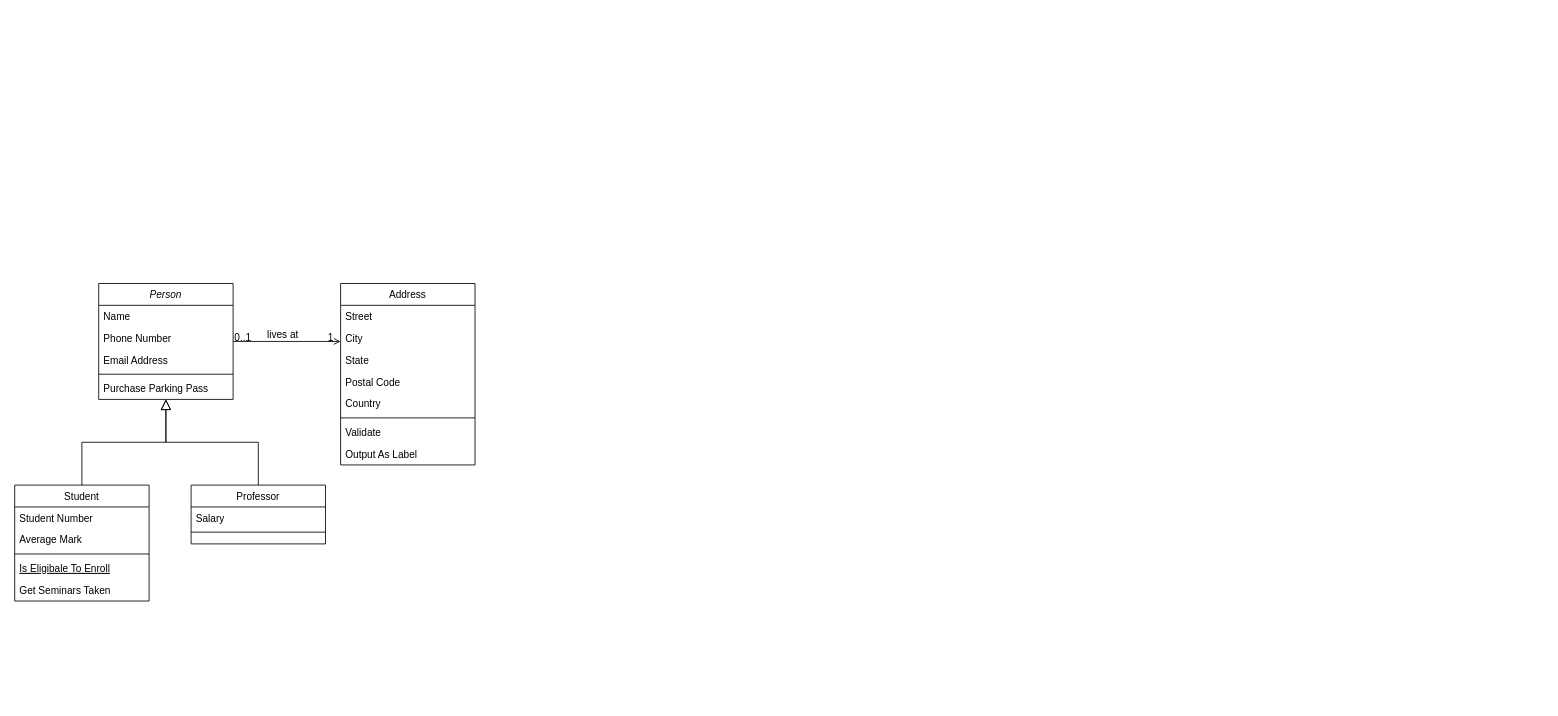
This is documentation/ClassDiagram.drawio from AumPatel2208/GOAP-Ecosystem-FPS, a draw.io file, before an edit. Source tidied: cells renumbered, new cells numbered last; positions are measured from the earlier drawing's top-left corner, leaving out a move shared by most shapes. Both pictures are drawn from the tidied source at 84%, with x=0, y=0 at pixel (14, 283).
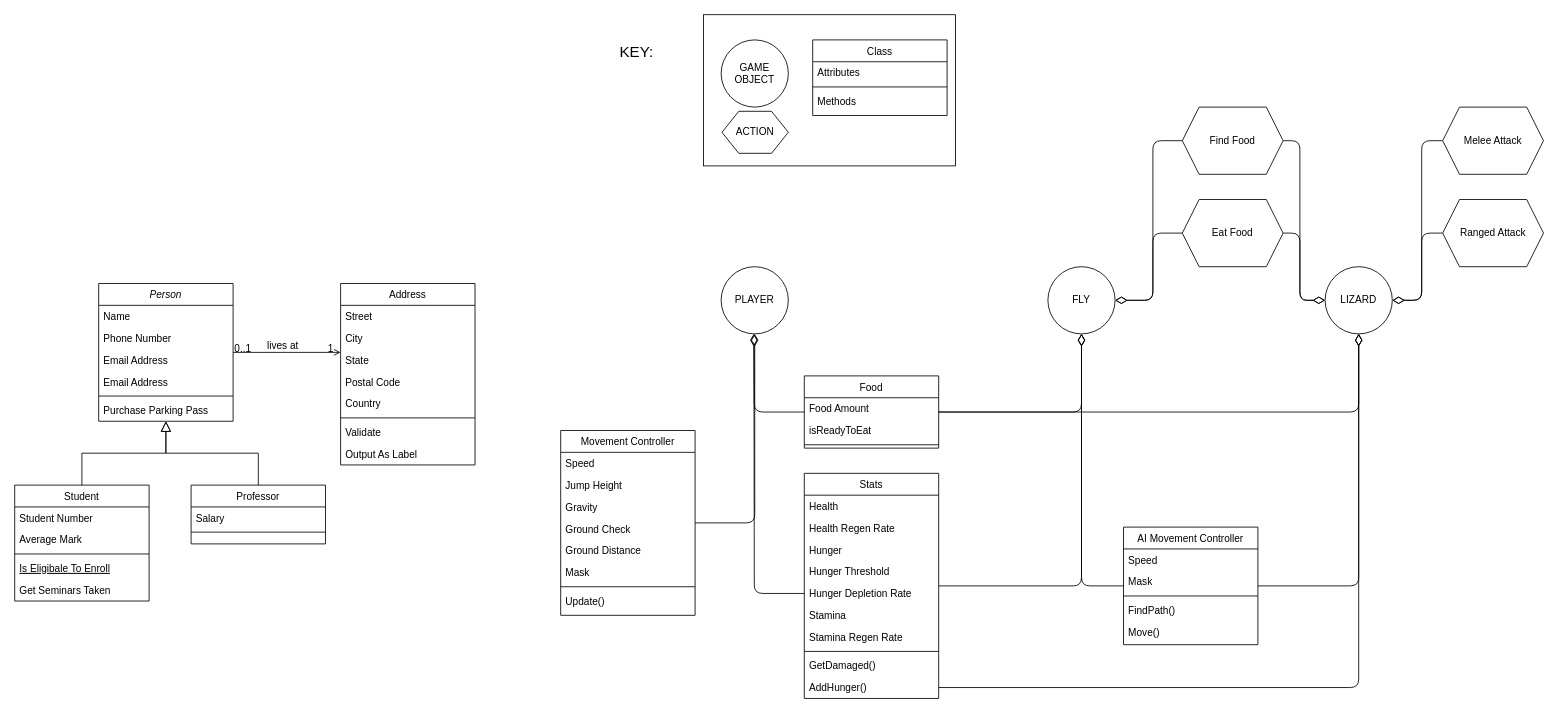
The same page after the edit.

The edit, as a diff of the source:
```diff
@@
+    <mxCell id="32" style="rounded=0;whiteSpace=wrap;html=1;fontSize=18;" parent="1" vertex="1">
+      <mxGeometry x="820" y="-320" width="300" height="180" as="geometry" />
+    </mxCell>
     <mxCell id="2" value="Person" style="swimlane;fontStyle=2;align=center;verticalAlign=top;horizontal=1;startSize=26;rounded=0;shadow=0;strokeWidth=1;" parent="1" vertex="1">
-      <mxGeometry x="100" width="160" height="138" as="geometry" />
+      <mxGeometry x="100" width="160" height="164" as="geometry" />
     </mxCell>
@@
+    <mxCell id="33" value="Email Address" style="text;align=left;verticalAlign=top;spacingLeft=4;spacingRight=4;overflow=hidden;rounded=0;shadow=0;html=0;" parent="2" vertex="1">
+      <mxGeometry y="78" width="160" height="26" as="geometry" />
+    </mxCell>
     <mxCell id="5" value="Email Address" style="text;align=left;verticalAlign=top;spacingLeft=4;spacingRight=4;overflow=hidden;rounded=0;shadow=0;html=0;" parent="2" vertex="1">
-      <mxGeometry y="78" width="160" height="26" as="geometry" />
+      <mxGeometry y="104" width="160" height="26" as="geometry" />
     </mxCell>
     <mxCell id="6" style="line;html=1;strokeWidth=1;align=left;verticalAlign=middle;spacingTop=-1;spacingLeft=3;spacingRight=3;labelPosition=right;" parent="2" vertex="1">
-      <mxGeometry y="104" width="160" height="8" as="geometry" />
+      <mxGeometry y="130" width="160" height="8" as="geometry" />
     </mxCell>
     <mxCell id="7" value="Purchase Parking Pass" style="text;align=left;verticalAlign=top;spacingLeft=4;spacingRight=4;overflow=hidden;" parent="2" vertex="1">
-      <mxGeometry y="112" width="160" height="26" as="geometry" />
+      <mxGeometry y="138" width="160" height="26" as="geometry" />
     </mxCell>
@@
+    <mxCell id="34" value="PLAYER" style="ellipse;whiteSpace=wrap;html=1;" parent="1" vertex="1">
+      <mxGeometry x="841" y="-20" width="80" height="80" as="geometry" />
+    </mxCell>
+    <mxCell id="35" style="edgeStyle=orthogonalEdgeStyle;rounded=1;jettySize=auto;html=1;endArrow=diamondThin;endFill=0;endSize=12;" parent="1" edge="1" source="36" target="34">
+      <mxGeometry relative="1" as="geometry" />
+    </mxCell>
+    <mxCell id="36" value="Movement Controller" style="swimlane;fontStyle=0;align=center;verticalAlign=top;horizontal=1;startSize=26;rounded=0;shadow=0;strokeWidth=1;" parent="1" vertex="1">
+      <mxGeometry x="650" y="175" width="160" height="220" as="geometry" />
+    </mxCell>
+    <mxCell id="37" value="Speed" style="text;align=left;verticalAlign=top;spacingLeft=4;spacingRight=4;overflow=hidden;" parent="36" vertex="1">
+      <mxGeometry y="26" width="160" height="26" as="geometry" />
+    </mxCell>
+    <mxCell id="38" value="Jump Height" style="text;align=left;verticalAlign=top;spacingLeft=4;spacingRight=4;overflow=hidden;rounded=0;shadow=0;html=0;" parent="36" vertex="1">
+      <mxGeometry y="52" width="160" height="26" as="geometry" />
+    </mxCell>
+    <mxCell id="39" value="Gravity" style="text;align=left;verticalAlign=top;spacingLeft=4;spacingRight=4;overflow=hidden;rounded=0;shadow=0;html=0;" parent="36" vertex="1">
+      <mxGeometry y="78" width="160" height="26" as="geometry" />
+    </mxCell>
+    <mxCell id="40" value="Ground Check" style="text;align=left;verticalAlign=top;spacingLeft=4;spacingRight=4;overflow=hidden;rounded=0;shadow=0;html=0;" parent="36" vertex="1">
+      <mxGeometry y="104" width="160" height="26" as="geometry" />
+    </mxCell>
+    <mxCell id="41" value="Ground Distance" style="text;align=left;verticalAlign=top;spacingLeft=4;spacingRight=4;overflow=hidden;rounded=0;shadow=0;html=0;" parent="36" vertex="1">
+      <mxGeometry y="130" width="160" height="26" as="geometry" />
+    </mxCell>
+    <mxCell id="42" value="Mask" style="text;align=left;verticalAlign=top;spacingLeft=4;spacingRight=4;overflow=hidden;rounded=0;shadow=0;html=0;" parent="36" vertex="1">
+      <mxGeometry y="156" width="160" height="26" as="geometry" />
+    </mxCell>
+    <mxCell id="43" style="line;html=1;strokeWidth=1;align=left;verticalAlign=middle;spacingTop=-1;spacingLeft=3;spacingRight=3;labelPosition=right;" parent="36" vertex="1">
+      <mxGeometry y="182" width="160" height="8" as="geometry" />
+    </mxCell>
+    <mxCell id="44" value="Update()" style="text;align=left;verticalAlign=top;spacingLeft=4;spacingRight=4;overflow=hidden;" parent="36" vertex="1">
+      <mxGeometry y="190" width="160" height="26" as="geometry" />
+    </mxCell>
+    <mxCell id="45" style="edgeStyle=orthogonalEdgeStyle;rounded=1;jettySize=auto;html=1;endArrow=diamondThin;endFill=0;endSize=12;" parent="1" edge="1" source="48">
+      <mxGeometry relative="1" as="geometry">
+        <mxPoint x="880" y="60" as="targetPoint" />
+      </mxGeometry>
+    </mxCell>
+    <mxCell id="46" style="edgeStyle=orthogonalEdgeStyle;rounded=1;jettySize=auto;html=1;entryX=0.5;entryY=1;entryDx=0;entryDy=0;endArrow=diamondThin;endFill=0;endSize=12;" parent="1" edge="1" source="48" target="65">
+      <mxGeometry relative="1" as="geometry" />
+    </mxCell>
+    <mxCell id="47" style="edgeStyle=orthogonalEdgeStyle;rounded=1;jettySize=auto;html=1;entryX=0.5;entryY=1;entryDx=0;entryDy=0;endArrow=diamondThin;endFill=0;endSize=12;" parent="1" edge="1" source="48" target="80">
+      <mxGeometry relative="1" as="geometry" />
+    </mxCell>
+    <mxCell id="48" value="Food" style="swimlane;fontStyle=0;align=center;verticalAlign=top;horizontal=1;startSize=26;rounded=0;shadow=0;strokeWidth=1;" parent="1" vertex="1">
+      <mxGeometry x="940" y="110" width="160" height="86" as="geometry" />
+    </mxCell>
+    <mxCell id="49" value="Food Amount" style="text;align=left;verticalAlign=top;spacingLeft=4;spacingRight=4;overflow=hidden;" parent="48" vertex="1">
+      <mxGeometry y="26" width="160" height="26" as="geometry" />
+    </mxCell>
+    <mxCell id="50" value="isReadyToEat" style="text;align=left;verticalAlign=top;spacingLeft=4;spacingRight=4;overflow=hidden;rounded=0;shadow=0;html=0;" parent="48" vertex="1">
+      <mxGeometry y="52" width="160" height="26" as="geometry" />
+    </mxCell>
+    <mxCell id="51" style="line;html=1;strokeWidth=1;align=left;verticalAlign=middle;spacingTop=-1;spacingLeft=3;spacingRight=3;labelPosition=right;" parent="48" vertex="1">
+      <mxGeometry y="78" width="160" height="8" as="geometry" />
+    </mxCell>
+    <mxCell id="52" style="edgeStyle=orthogonalEdgeStyle;rounded=1;jettySize=auto;html=1;entryX=0.5;entryY=1;entryDx=0;entryDy=0;endArrow=diamondThin;endFill=0;endSize=12;" parent="1" edge="1" source="53" target="65">
+      <mxGeometry relative="1" as="geometry" />
+    </mxCell>
+    <mxCell id="53" value="Stats" style="swimlane;fontStyle=0;align=center;verticalAlign=top;horizontal=1;startSize=26;rounded=0;shadow=0;strokeWidth=1;" parent="1" vertex="1">
+      <mxGeometry x="940" y="226" width="160" height="268" as="geometry" />
+    </mxCell>
+    <mxCell id="54" value="Health" style="text;align=left;verticalAlign=top;spacingLeft=4;spacingRight=4;overflow=hidden;" parent="53" vertex="1">
+      <mxGeometry y="26" width="160" height="26" as="geometry" />
+    </mxCell>
+    <mxCell id="55" value="Health Regen Rate" style="text;align=left;verticalAlign=top;spacingLeft=4;spacingRight=4;overflow=hidden;rounded=0;shadow=0;html=0;" parent="53" vertex="1">
+      <mxGeometry y="52" width="160" height="26" as="geometry" />
+    </mxCell>
+    <mxCell id="56" value="Hunger" style="text;align=left;verticalAlign=top;spacingLeft=4;spacingRight=4;overflow=hidden;rounded=0;shadow=0;html=0;" parent="53" vertex="1">
+      <mxGeometry y="78" width="160" height="26" as="geometry" />
+    </mxCell>
+    <mxCell id="57" value="Hunger Threshold" style="text;align=left;verticalAlign=top;spacingLeft=4;spacingRight=4;overflow=hidden;rounded=0;shadow=0;html=0;" parent="53" vertex="1">
+      <mxGeometry y="104" width="160" height="26" as="geometry" />
+    </mxCell>
+    <mxCell id="58" value="Hunger Depletion Rate" style="text;align=left;verticalAlign=top;spacingLeft=4;spacingRight=4;overflow=hidden;points=[[0,0.5],[1,0.5]];portConstraint=eastwest;rounded=0;shadow=0;html=0;" parent="53" vertex="1">
+      <mxGeometry y="130" width="160" height="26" as="geometry" />
+    </mxCell>
+    <mxCell id="59" value="Stamina" style="text;align=left;verticalAlign=top;spacingLeft=4;spacingRight=4;overflow=hidden;rounded=0;shadow=0;html=0;" parent="53" vertex="1">
+      <mxGeometry y="156" width="160" height="26" as="geometry" />
+    </mxCell>
+    <mxCell id="60" value="Stamina Regen Rate" style="text;align=left;verticalAlign=top;spacingLeft=4;spacingRight=4;overflow=hidden;rounded=0;shadow=0;html=0;" parent="53" vertex="1">
+      <mxGeometry y="182" width="160" height="26" as="geometry" />
+    </mxCell>
+    <mxCell id="61" style="line;html=1;strokeWidth=1;align=left;verticalAlign=middle;spacingTop=-1;spacingLeft=3;spacingRight=3;labelPosition=right;" parent="53" vertex="1">
+      <mxGeometry y="208" width="160" height="8" as="geometry" />
+    </mxCell>
+    <mxCell id="62" value="GetDamaged()" style="text;align=left;verticalAlign=top;spacingLeft=4;spacingRight=4;overflow=hidden;rounded=0;shadow=0;html=0;" parent="53" vertex="1">
+      <mxGeometry y="216" width="160" height="26" as="geometry" />
+    </mxCell>
+    <mxCell id="63" value="AddHunger()" style="text;align=left;verticalAlign=top;spacingLeft=4;spacingRight=4;overflow=hidden;points=[[0,0.5],[1,0.5]];portConstraint=eastwest;rounded=0;shadow=0;html=0;" parent="53" vertex="1">
+      <mxGeometry y="242" width="160" height="26" as="geometry" />
+    </mxCell>
+    <mxCell id="64" style="edgeStyle=orthogonalEdgeStyle;rounded=1;jettySize=auto;html=1;endArrow=diamondThin;endFill=0;endSize=12;" parent="1" edge="1" source="58">
+      <mxGeometry relative="1" as="geometry">
+        <mxPoint x="880" y="60" as="targetPoint" />
+      </mxGeometry>
+    </mxCell>
+    <mxCell id="65" value="FLY" style="ellipse;whiteSpace=wrap;html=1;" parent="1" vertex="1">
+      <mxGeometry x="1230" y="-20" width="80" height="80" as="geometry" />
+    </mxCell>
+    <mxCell id="66" style="edgeStyle=orthogonalEdgeStyle;rounded=1;jettySize=auto;html=1;endArrow=diamondThin;endFill=0;endSize=12;entryX=0.5;entryY=1;entryDx=0;entryDy=0;" parent="1" edge="1" source="68" target="65">
+      <mxGeometry relative="1" as="geometry" />
+    </mxCell>
+    <mxCell id="67" style="edgeStyle=orthogonalEdgeStyle;rounded=1;jettySize=auto;html=1;entryX=0.5;entryY=1;entryDx=0;entryDy=0;endArrow=diamondThin;endFill=0;endSize=12;" parent="1" edge="1" source="68" target="80">
+      <mxGeometry relative="1" as="geometry" />
+    </mxCell>
+    <mxCell id="68" value="AI Movement Controller&#10;" style="swimlane;fontStyle=0;align=center;verticalAlign=top;horizontal=1;startSize=26;rounded=0;shadow=0;strokeWidth=1;" parent="1" vertex="1">
+      <mxGeometry x="1320" y="290" width="160" height="140" as="geometry" />
+    </mxCell>
+    <mxCell id="69" value="Speed" style="text;align=left;verticalAlign=top;spacingLeft=4;spacingRight=4;overflow=hidden;" parent="68" vertex="1">
+      <mxGeometry y="26" width="160" height="26" as="geometry" />
+    </mxCell>
+    <mxCell id="70" value="Mask" style="text;align=left;verticalAlign=top;spacingLeft=4;spacingRight=4;overflow=hidden;rounded=0;shadow=0;html=0;" parent="68" vertex="1">
+      <mxGeometry y="52" width="160" height="26" as="geometry" />
+    </mxCell>
+    <mxCell id="71" style="line;html=1;strokeWidth=1;align=left;verticalAlign=middle;spacingTop=-1;spacingLeft=3;spacingRight=3;labelPosition=right;" parent="68" vertex="1">
+      <mxGeometry y="78" width="160" height="8" as="geometry" />
+    </mxCell>
+    <mxCell id="72" value="FindPath()" style="text;align=left;verticalAlign=top;spacingLeft=4;spacingRight=4;overflow=hidden;" parent="68" vertex="1">
+      <mxGeometry y="86" width="160" height="26" as="geometry" />
+    </mxCell>
+    <mxCell id="73" value="Move()" style="text;align=left;verticalAlign=top;spacingLeft=4;spacingRight=4;overflow=hidden;" parent="68" vertex="1">
+      <mxGeometry y="112" width="160" height="26" as="geometry" />
+    </mxCell>
+    <mxCell id="74" style="edgeStyle=orthogonalEdgeStyle;rounded=1;jettySize=auto;html=1;entryX=1;entryY=0.5;entryDx=0;entryDy=0;endArrow=diamondThin;endFill=0;endSize=12;" parent="1" edge="1" source="76" target="65">
+      <mxGeometry relative="1" as="geometry" />
+    </mxCell>
+    <mxCell id="75" style="edgeStyle=orthogonalEdgeStyle;rounded=1;jettySize=auto;html=1;entryX=0;entryY=0.5;entryDx=0;entryDy=0;endArrow=diamondThin;endFill=0;endSize=12;" parent="1" edge="1" source="76" target="80">
+      <mxGeometry relative="1" as="geometry" />
+    </mxCell>
+    <mxCell id="76" value="Eat Food" style="shape=hexagon;perimeter=hexagonPerimeter2;whiteSpace=wrap;html=1;fixedSize=1;" parent="1" vertex="1">
+      <mxGeometry x="1390" y="-100" width="120" height="80" as="geometry" />
+    </mxCell>
+    <mxCell id="77" style="edgeStyle=orthogonalEdgeStyle;rounded=1;jettySize=auto;html=1;entryX=1;entryY=0.5;entryDx=0;entryDy=0;endArrow=diamondThin;endFill=0;endSize=12;" parent="1" edge="1" source="79" target="65">
+      <mxGeometry relative="1" as="geometry" />
+    </mxCell>
+    <mxCell id="78" style="edgeStyle=orthogonalEdgeStyle;rounded=1;jettySize=auto;html=1;entryX=0;entryY=0.5;entryDx=0;entryDy=0;endArrow=diamondThin;endFill=0;endSize=12;" parent="1" edge="1" source="79" target="80">
+      <mxGeometry relative="1" as="geometry" />
+    </mxCell>
+    <mxCell id="79" value="Find Food" style="shape=hexagon;perimeter=hexagonPerimeter2;whiteSpace=wrap;html=1;fixedSize=1;" parent="1" vertex="1">
+      <mxGeometry x="1390" y="-210" width="120" height="80" as="geometry" />
+    </mxCell>
+    <mxCell id="80" value="LIZARD" style="ellipse;whiteSpace=wrap;html=1;" parent="1" vertex="1">
+      <mxGeometry x="1560" y="-20" width="80" height="80" as="geometry" />
+    </mxCell>
+    <mxCell id="81" style="edgeStyle=orthogonalEdgeStyle;rounded=1;jettySize=auto;html=1;entryX=0.5;entryY=1;entryDx=0;entryDy=0;endArrow=diamondThin;endFill=0;endSize=12;" parent="1" edge="1" source="63" target="80">
+      <mxGeometry relative="1" as="geometry" />
+    </mxCell>
+    <mxCell id="82" style="edgeStyle=orthogonalEdgeStyle;rounded=1;jettySize=auto;html=1;entryX=1;entryY=0.5;entryDx=0;entryDy=0;endArrow=diamondThin;endFill=0;endSize=12;" parent="1" edge="1" source="83" target="80">
+      <mxGeometry relative="1" as="geometry" />
+    </mxCell>
+    <mxCell id="83" value="Melee Attack" style="shape=hexagon;perimeter=hexagonPerimeter2;whiteSpace=wrap;html=1;fixedSize=1;" parent="1" vertex="1">
+      <mxGeometry x="1700" y="-210" width="120" height="80" as="geometry" />
+    </mxCell>
+    <mxCell id="84" style="edgeStyle=orthogonalEdgeStyle;rounded=1;jettySize=auto;html=1;endArrow=diamondThin;endFill=0;endSize=12;entryX=1;entryY=0.5;entryDx=0;entryDy=0;" parent="1" edge="1" source="85" target="80">
+      <mxGeometry relative="1" as="geometry">
+        <Array as="points">
+          <mxPoint x="1675" y="-60" />
+          <mxPoint x="1675" y="20" />
+        </Array>
+      </mxGeometry>
+    </mxCell>
+    <mxCell id="85" value="Ranged Attack" style="shape=hexagon;perimeter=hexagonPerimeter2;whiteSpace=wrap;html=1;fixedSize=1;" parent="1" vertex="1">
+      <mxGeometry x="1700" y="-100" width="120" height="80" as="geometry" />
+    </mxCell>
+    <mxCell id="86" value="KEY:" style="text;html=1;align=center;verticalAlign=middle;fontSize=18;" parent="1" vertex="1">
+      <mxGeometry x="710" y="-290" width="60" height="30" as="geometry" />
+    </mxCell>
+    <mxCell id="87" value="ACTION" style="shape=hexagon;perimeter=hexagonPerimeter2;whiteSpace=wrap;html=1;fixedSize=1;" parent="1" vertex="1">
+      <mxGeometry x="842" y="-205" width="79" height="50" as="geometry" />
+    </mxCell>
+    <mxCell id="88" value="GAME OBJECT" style="ellipse;whiteSpace=wrap;html=1;" parent="1" vertex="1">
+      <mxGeometry x="841" y="-290" width="80" height="80" as="geometry" />
+    </mxCell>
+    <mxCell id="89" value="Class" style="swimlane;fontStyle=0;align=center;verticalAlign=top;horizontal=1;startSize=26;rounded=0;shadow=0;strokeWidth=1;" parent="1" vertex="1">
+      <mxGeometry x="950" y="-290" width="160" height="90" as="geometry" />
+    </mxCell>
+    <mxCell id="90" value="Attributes" style="text;align=left;verticalAlign=top;spacingLeft=4;spacingRight=4;overflow=hidden;" parent="89" vertex="1">
+      <mxGeometry y="26" width="160" height="26" as="geometry" />
+    </mxCell>
+    <mxCell id="91" style="line;html=1;strokeWidth=1;align=left;verticalAlign=middle;spacingTop=-1;spacingLeft=3;spacingRight=3;labelPosition=right;" parent="89" vertex="1">
+      <mxGeometry y="52" width="160" height="8" as="geometry" />
+    </mxCell>
+    <mxCell id="92" value="Methods" style="text;align=left;verticalAlign=top;spacingLeft=4;spacingRight=4;overflow=hidden;rounded=0;shadow=0;html=0;" parent="89" vertex="1">
+      <mxGeometry y="60" width="160" height="26" as="geometry" />
+    </mxCell>
```
